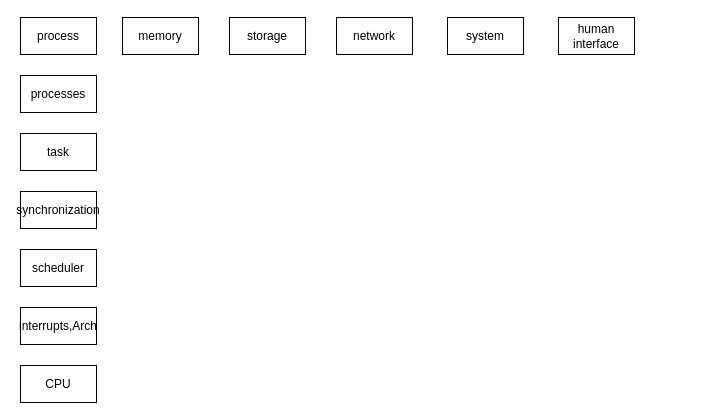
Before: Untitled Diagram.drawio in plotusim/home-, a draw.io diagram. Source tidied: cells renumbered, new cells numbered last; positions are measured from the earlier drawing's top-left corner, leaving out a move shared by most shapes. Both pictures are drawn from the tidied source at 100%, with x=0, y=0 at pixel (20, 17).
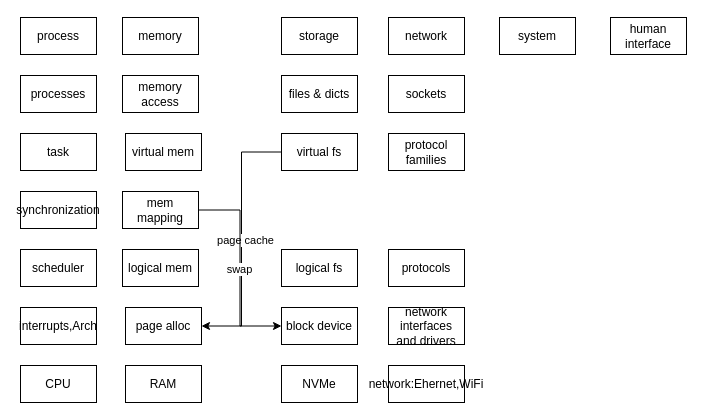
The same page after the edit.

Change to the diagram source:
```diff
@@
     <mxCell id="4" value="storage" style="rounded=0;whiteSpace=wrap;html=1;" parent="1" vertex="1">
-      <mxGeometry x="209" width="76" height="37" as="geometry" />
+      <mxGeometry x="261" width="76" height="37" as="geometry" />
     </mxCell>
     <mxCell id="5" value="network" style="rounded=0;whiteSpace=wrap;html=1;" parent="1" vertex="1">
-      <mxGeometry x="316" width="76" height="37" as="geometry" />
+      <mxGeometry x="368" width="76" height="37" as="geometry" />
     </mxCell>
     <mxCell id="6" value="system" style="rounded=0;whiteSpace=wrap;html=1;" parent="1" vertex="1">
-      <mxGeometry x="427" width="76" height="37" as="geometry" />
+      <mxGeometry x="479" width="76" height="37" as="geometry" />
     </mxCell>
     <mxCell id="7" value="human interface" style="rounded=0;whiteSpace=wrap;html=1;" parent="1" vertex="1">
-      <mxGeometry x="538" width="76" height="37" as="geometry" />
+      <mxGeometry x="590" width="76" height="37" as="geometry" />
     </mxCell>
@@
+    <mxCell id="14" value="memory access" style="rounded=0;whiteSpace=wrap;html=1;" parent="1" vertex="1">
+      <mxGeometry x="102" y="58" width="76" height="37" as="geometry" />
+    </mxCell>
+    <mxCell id="15" value="virtual mem" style="rounded=0;whiteSpace=wrap;html=1;" parent="1" vertex="1">
+      <mxGeometry x="105" y="116" width="76" height="37" as="geometry" />
+    </mxCell>
+    <mxCell id="16" value="files &amp;amp; dicts" style="rounded=0;whiteSpace=wrap;html=1;" parent="1" vertex="1">
+      <mxGeometry x="261" y="58" width="76" height="37" as="geometry" />
+    </mxCell>
+    <mxCell id="17" style="edgeStyle=orthogonalEdgeStyle;rounded=0;jettySize=auto;html=1;exitX=0;exitY=0.5;exitDx=0;exitDy=0;entryX=1;entryY=0.5;entryDx=0;entryDy=0;" parent="1" edge="1" source="19" target="24">
+      <mxGeometry relative="1" as="geometry" />
+    </mxCell>
+    <mxCell id="18" value="page cache" style="edgeLabel;html=1;align=center;verticalAlign=middle;" parent="17" vertex="1">
+      <mxGeometry x="0.01" y="3" relative="1" as="geometry" />
+    </mxCell>
+    <mxCell id="19" value="virtual fs" style="rounded=0;whiteSpace=wrap;html=1;" parent="1" vertex="1">
+      <mxGeometry x="261" y="116" width="76" height="37" as="geometry" />
+    </mxCell>
+    <mxCell id="20" style="edgeStyle=orthogonalEdgeStyle;rounded=0;jettySize=auto;html=1;exitX=1;exitY=0.5;exitDx=0;exitDy=0;entryX=0;entryY=0.5;entryDx=0;entryDy=0;" parent="1" edge="1" source="22" target="27">
+      <mxGeometry relative="1" as="geometry" />
+    </mxCell>
+    <mxCell id="21" value="swap" style="edgeLabel;html=1;align=center;verticalAlign=middle;" parent="20" vertex="1">
+      <mxGeometry y="-1" relative="1" as="geometry" />
+    </mxCell>
+    <mxCell id="22" value="mem mapping" style="rounded=0;whiteSpace=wrap;html=1;" parent="1" vertex="1">
+      <mxGeometry x="102" y="174" width="76" height="37" as="geometry" />
+    </mxCell>
+    <mxCell id="23" value="logical mem" style="rounded=0;whiteSpace=wrap;html=1;" parent="1" vertex="1">
+      <mxGeometry x="102" y="232" width="76" height="37" as="geometry" />
+    </mxCell>
+    <mxCell id="24" value="page alloc" style="rounded=0;whiteSpace=wrap;html=1;" parent="1" vertex="1">
+      <mxGeometry x="105" y="290" width="76" height="37" as="geometry" />
+    </mxCell>
+    <mxCell id="25" value="RAM" style="rounded=0;whiteSpace=wrap;html=1;" parent="1" vertex="1">
+      <mxGeometry x="105" y="348" width="76" height="37" as="geometry" />
+    </mxCell>
+    <mxCell id="26" value="logical fs" style="rounded=0;whiteSpace=wrap;html=1;" parent="1" vertex="1">
+      <mxGeometry x="261" y="232" width="76" height="37" as="geometry" />
+    </mxCell>
+    <mxCell id="27" value="block device" style="rounded=0;whiteSpace=wrap;html=1;" parent="1" vertex="1">
+      <mxGeometry x="261" y="290" width="76" height="37" as="geometry" />
+    </mxCell>
+    <mxCell id="28" value="NVMe" style="rounded=0;whiteSpace=wrap;html=1;" parent="1" vertex="1">
+      <mxGeometry x="261" y="348" width="76" height="37" as="geometry" />
+    </mxCell>
+    <mxCell id="29" value="sockets" style="rounded=0;whiteSpace=wrap;html=1;" parent="1" vertex="1">
+      <mxGeometry x="368" y="58" width="76" height="37" as="geometry" />
+    </mxCell>
+    <mxCell id="30" value="protocol families" style="rounded=0;whiteSpace=wrap;html=1;" parent="1" vertex="1">
+      <mxGeometry x="368" y="116" width="76" height="37" as="geometry" />
+    </mxCell>
+    <mxCell id="31" value="protocols" style="rounded=0;whiteSpace=wrap;html=1;" parent="1" vertex="1">
+      <mxGeometry x="368" y="232" width="76" height="37" as="geometry" />
+    </mxCell>
+    <mxCell id="32" value="network interfaces and drivers" style="rounded=0;whiteSpace=wrap;html=1;" parent="1" vertex="1">
+      <mxGeometry x="368" y="290" width="76" height="37" as="geometry" />
+    </mxCell>
+    <mxCell id="33" value="network:Ehernet,WiFi" style="rounded=0;whiteSpace=wrap;html=1;" parent="1" vertex="1">
+      <mxGeometry x="368" y="348" width="76" height="37" as="geometry" />
+    </mxCell>
```
